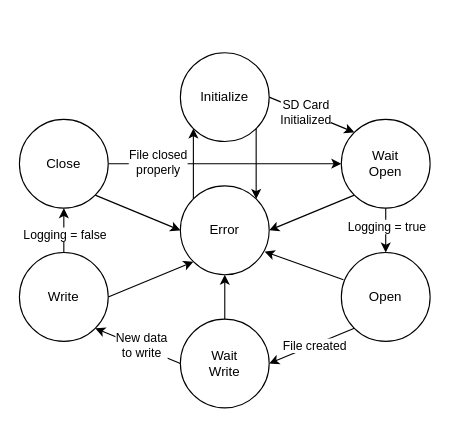
Earlier version of the draw.io diagram Diagrams/SDStateMachine.drawio (joekeenan13/PIDA). Source tidied: cells renumbered, new cells numbered last; positions are measured from the earlier drawing's top-left corner, leaving out a move shared by most shapes. Both pictures are drawn from the tidied source at 111%, with x=0, y=0 at pixel (19, 52).
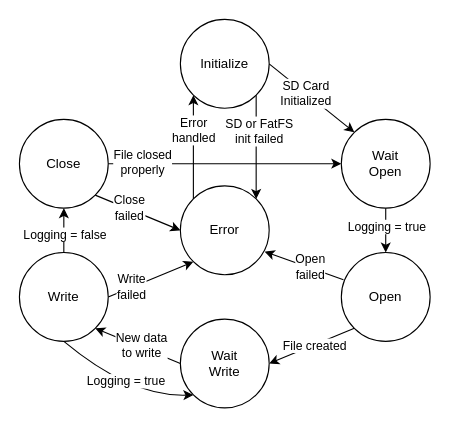
Above is the later version.

Commit message (it also covers changes not shown here):
Added state diagrams

The change refers to these unchanged cells:
```xml
<mxCell id="3" value="Error" style="ellipse;whiteSpace=wrap;html=1;" parent="1" vertex="1">
  <mxGeometry x="145" y="120" width="80" height="80" as="geometry" />
</mxCell>
<mxCell id="4" value="Wait&lt;div&gt;Open&lt;/div&gt;" style="ellipse;whiteSpace=wrap;html=1;" parent="1" vertex="1">
  <mxGeometry x="290" y="60" width="80" height="80" as="geometry" />
</mxCell>
<mxCell id="6" value="Wait&lt;div&gt;Write&lt;/div&gt;" style="ellipse;whiteSpace=wrap;html=1;" parent="1" vertex="1">
  <mxGeometry x="145" y="240" width="80" height="80" as="geometry" />
</mxCell>
<mxCell id="7" value="Write" style="ellipse;whiteSpace=wrap;html=1;" parent="1" vertex="1">
  <mxGeometry y="180" width="80" height="80" as="geometry" />
</mxCell>
<mxCell id="11" style="endArrow=classic;html=1;rounded=0;exitX=1;exitY=0.5;exitDx=0;exitDy=0;entryX=0;entryY=0.5;entryDx=0;entryDy=0;" parent="1" edge="1" source="8" target="4">
  <mxGeometry relative="1" as="geometry" />
</mxCell>
<mxCell id="16" style="endArrow=classic;html=1;rounded=0;exitX=0.024;exitY=0.306;exitDx=0;exitDy=0;exitPerimeter=0;entryX=0.949;entryY=0.74;entryDx=0;entryDy=0;entryPerimeter=0;" parent="1" edge="1" source="5" target="3">
  <mxGeometry relative="1" as="geometry" />
</mxCell>
<mxCell id="23" style="endArrow=classic;html=1;rounded=0;exitX=1;exitY=0.5;exitDx=0;exitDy=0;entryX=0;entryY=1;entryDx=0;entryDy=0;" parent="1" edge="1" source="7" target="3">
  <mxGeometry relative="1" as="geometry" />
</mxCell>
<mxCell id="24" style="endArrow=classic;html=1;rounded=0;exitX=1;exitY=1;exitDx=0;exitDy=0;entryX=0;entryY=0.5;entryDx=0;entryDy=0;" parent="1" edge="1" source="8" target="3">
  <mxGeometry relative="1" as="geometry" />
</mxCell>
<mxCell id="26" style="endArrow=classic;html=1;rounded=0;exitX=1;exitY=1;exitDx=0;exitDy=0;entryX=1;entryY=0;entryDx=0;entryDy=0;" parent="1" edge="1" source="2" target="3">
  <mxGeometry relative="1" as="geometry" />
</mxCell>
<mxCell id="27" style="endArrow=classic;html=1;rounded=0;exitX=0;exitY=0;exitDx=0;exitDy=0;entryX=0;entryY=1;entryDx=0;entryDy=0;" parent="1" edge="1" source="3" target="2">
  <mxGeometry relative="1" as="geometry" />
</mxCell>
```

Change to the diagram source:
```diff
@@
     <mxCell id="2" value="Initialize" style="ellipse;whiteSpace=wrap;html=1;" parent="1" vertex="1">
-      <mxGeometry x="145" width="80" height="80" as="geometry" />
+      <mxGeometry x="145" y="-30" width="80" height="80" as="geometry" />
     </mxCell>
@@
     <mxCell id="12" value="File closed&lt;div&gt;properly&lt;/div&gt;" style="edgeLabel;html=1;align=center;verticalAlign=middle;" parent="11" vertex="1">
-      <mxGeometry x="-0.58" y="2" relative="1" as="geometry" />
+      <mxGeometry x="-0.58" y="2" relative="1" as="geometry">
+        <mxPoint x="-14" as="offset" />
+      </mxGeometry>
     </mxCell>
@@
-    <mxCell id="15" style="endArrow=classic;html=1;rounded=0;entryX=1;entryY=0.5;entryDx=0;entryDy=0;exitX=0;exitY=1;exitDx=0;exitDy=0;" parent="1" edge="1" source="4" target="3">
-      <mxGeometry relative="1" as="geometry" />
-    </mxCell>
@@
+    <mxCell id="28" value="Open&lt;div&gt;failed&lt;/div&gt;" style="edgeLabel;html=1;align=center;verticalAlign=middle;" parent="16" vertex="1">
+      <mxGeometry x="-0.12" y="-1" relative="1" as="geometry" />
+    </mxCell>
@@
+    <mxCell id="29" value="Write&lt;div&gt;failed&lt;/div&gt;" style="edgeLabel;html=1;align=center;verticalAlign=middle;" parent="23" vertex="1">
+      <mxGeometry x="-0.44" y="1" relative="1" as="geometry" />
+    </mxCell>
@@
-    <mxCell id="25" style="endArrow=classic;html=1;rounded=0;exitX=0.5;exitY=0;exitDx=0;exitDy=0;entryX=0.5;entryY=1;entryDx=0;entryDy=0;" parent="1" edge="1" source="6" target="3">
-      <mxGeometry relative="1" as="geometry" />
-    </mxCell>
+    <mxCell id="30" value="Close&lt;div&gt;failed&lt;/div&gt;" style="edgeLabel;html=1;align=center;verticalAlign=middle;" parent="24" vertex="1">
+      <mxGeometry x="-0.22" y="1" relative="1" as="geometry" />
+    </mxCell>
@@
+    <mxCell id="31" value="SD or FatFS&lt;div&gt;init failed&lt;/div&gt;" style="edgeLabel;html=1;align=center;verticalAlign=middle;" parent="26" vertex="1">
+      <mxGeometry x="-0.33" y="2" relative="1" as="geometry">
+        <mxPoint y="1" as="offset" />
+      </mxGeometry>
+    </mxCell>
@@
+    <mxCell id="32" value="Error&lt;div&gt;handled&lt;/div&gt;" style="edgeLabel;html=1;align=center;verticalAlign=middle;" parent="27" vertex="1">
+      <mxGeometry x="-0.44" relative="1" as="geometry">
+        <mxPoint y="-36" as="offset" />
+      </mxGeometry>
+    </mxCell>
+    <mxCell id="33" style="endArrow=classic;html=1;rounded=0;curved=1;exitX=0.5;exitY=1;exitDx=0;exitDy=0;entryX=0;entryY=1;entryDx=0;entryDy=0;" parent="1" edge="1" source="7" target="6">
+      <mxGeometry relative="1" as="geometry">
+        <Array as="points">
+          <mxPoint x="100" y="310" />
+        </Array>
+      </mxGeometry>
+    </mxCell>
+    <mxCell id="34" value="Logging = true" style="edgeLabel;html=1;align=center;verticalAlign=middle;" parent="33" vertex="1">
+      <mxGeometry x="-0.03" y="8" relative="1" as="geometry" />
+    </mxCell>
```
